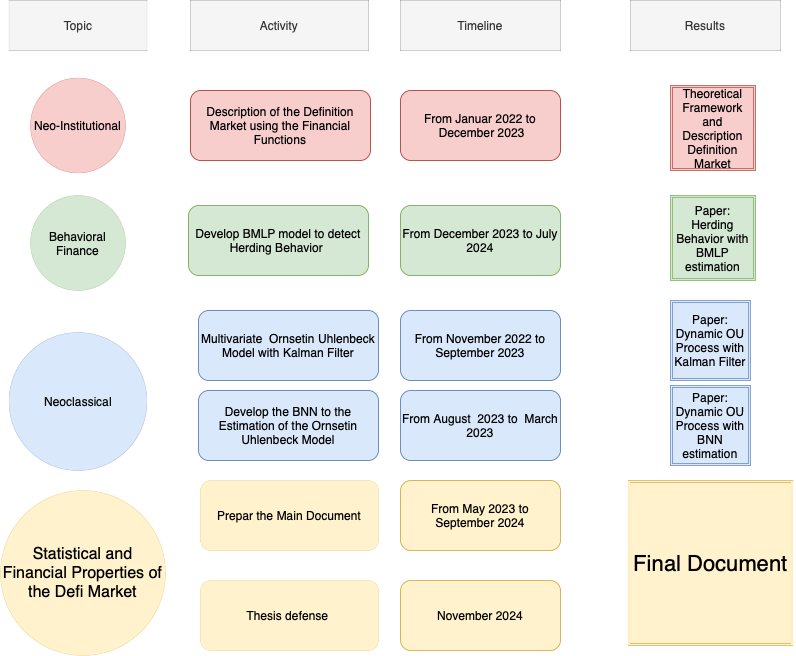
Andres1984/Andres.github.io keeps this draw.io diagram as schedule.png. Above is the earlier version. Source tidied: cells renumbered, new cells last; positions are measured from the earlier drawing's top-left corner, leaving out a move shared by most shapes.
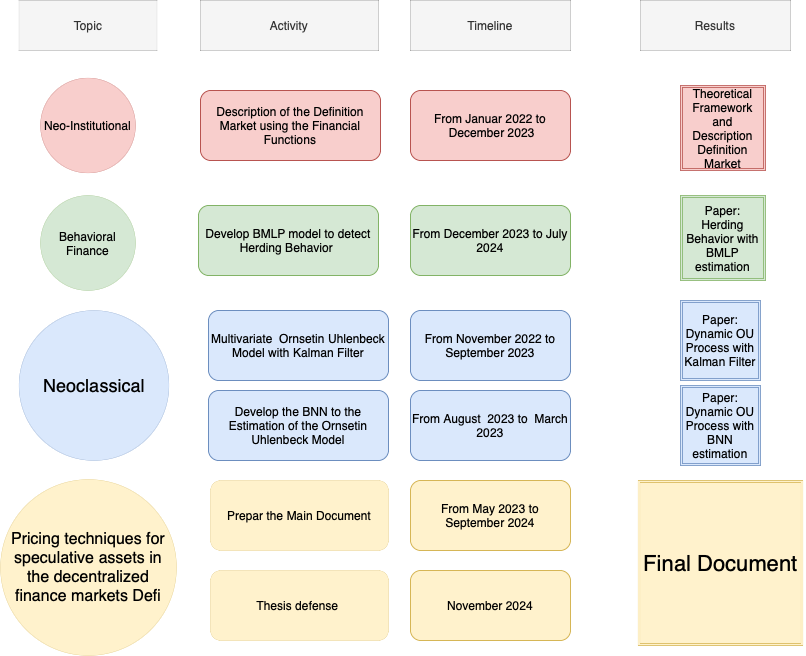
After the commit.

Change to the diagram source:
```diff
@@ -3,7 +3,7 @@
     <mxCell id="0" />
     <mxCell id="1" parent="0" />
     <mxCell id="2" style="group;" parent="1" vertex="1">
-      <mxGeometry x="30" width="765" height="580" as="geometry" />
+      <mxGeometry x="30" width="765" height="655" as="geometry" />
     </mxCell>
     <mxCell id="3" value="Develop the BNN to the Estimation of the Ornsetin Uhlenbeck Model" style="rounded=1;whiteSpace=wrap;html=1;fillColor=#dae8fc;strokeColor=#6c8ebf;" parent="2" vertex="1">
       <mxGeometry x="168" y="390" width="180" height="70" as="geometry" />
@@ -35,8 +35,8 @@
     <mxCell id="12" value="Behavioral Finance" style="ellipse;whiteSpace=wrap;html=1;dashed=1;dashPattern=1 4;strokeColor=#82b366;strokeWidth=0;fillColor=#d5e8d4;" parent="2" vertex="1">
       <mxGeometry y="195" width="95" height="95" as="geometry" />
     </mxCell>
-    <mxCell id="13" value="Neoclassical" style="ellipse;whiteSpace=wrap;html=1;dashed=1;dashPattern=1 4;strokeColor=#6c8ebf;strokeWidth=0;fillColor=#dae8fc;" parent="2" vertex="1">
-      <mxGeometry x="-21.5" y="332" width="138" height="138" as="geometry" />
+    <mxCell id="13" value="&lt;font style=&quot;font-size: 18px;&quot;&gt;Neoclassical&lt;/font&gt;" style="ellipse;whiteSpace=wrap;html=1;dashed=1;dashPattern=1 4;strokeColor=#6c8ebf;strokeWidth=0;fillColor=#dae8fc;" parent="2" vertex="1">
+      <mxGeometry x="-21.5" y="310" width="150" height="150" as="geometry" />
     </mxCell>
     <mxCell id="14" value="Theoretical Framework and Description Definition Market" style="shape=ext;double=1;whiteSpace=wrap;html=1;dashed=1;dashPattern=1 4;strokeColor=#b85450;strokeWidth=0;fillColor=#f8cecc;" parent="2" vertex="1">
       <mxGeometry x="640" y="85" width="85" height="85" as="geometry" />
@@ -71,14 +71,14 @@
     <mxCell id="24" value="Multivariate &amp;nbsp;Ornsetin Uhlenbeck Model with Kalman Filter" style="rounded=1;whiteSpace=wrap;html=1;fillColor=#dae8fc;strokeColor=#6c8ebf;" parent="2" vertex="1">
       <mxGeometry x="168" y="310" width="180" height="70" as="geometry" />
     </mxCell>
-    <mxCell id="25" value="&lt;font style=&quot;font-size: 16px;&quot;&gt;Statistical and Financial Properties of the Defi Market&lt;/font&gt;" style="ellipse;whiteSpace=wrap;html=1;dashed=1;dashPattern=1 4;strokeColor=#d6b656;strokeWidth=0;fillColor=#fff2cc;" parent="1" vertex="1">
-      <mxGeometry y="490" width="165" height="165" as="geometry" />
+    <mxCell id="25" value="&lt;font style=&quot;font-size: 16px;&quot;&gt;Pricing techniques for speculative assets in the decentralized finance markets Defi&lt;/font&gt;" style="ellipse;whiteSpace=wrap;html=1;dashed=1;dashPattern=1 4;strokeColor=#d6b656;strokeWidth=0;fillColor=#fff2cc;" parent="2" vertex="1">
+      <mxGeometry x="-40" y="479" width="176" height="176" as="geometry" />
     </mxCell>
-    <mxCell id="26" value="Thesis defense&amp;nbsp;" style="rounded=1;whiteSpace=wrap;html=1;dashed=1;dashPattern=1 4;strokeColor=#d6b656;strokeWidth=0;fillColor=#fff2cc;" parent="1" vertex="1">
-      <mxGeometry x="200" y="580" width="178" height="70" as="geometry" />
+    <mxCell id="26" value="Thesis defense&amp;nbsp;" style="rounded=1;whiteSpace=wrap;html=1;dashed=1;dashPattern=1 4;strokeColor=#d6b656;strokeWidth=0;fillColor=#fff2cc;" parent="2" vertex="1">
+      <mxGeometry x="170" y="570" width="178" height="70" as="geometry" />
     </mxCell>
-    <mxCell id="27" value="November 2024" style="rounded=1;whiteSpace=wrap;html=1;fillColor=#fff2cc;strokeColor=#d6b656;" parent="1" vertex="1">
-      <mxGeometry x="400" y="580" width="160" height="70" as="geometry" />
+    <mxCell id="27" value="November 2024" style="rounded=1;whiteSpace=wrap;html=1;fillColor=#fff2cc;strokeColor=#d6b656;" parent="2" vertex="1">
+      <mxGeometry x="370" y="570" width="160" height="70" as="geometry" />
     </mxCell>
   </root>
 </mxGraphModel>
```
